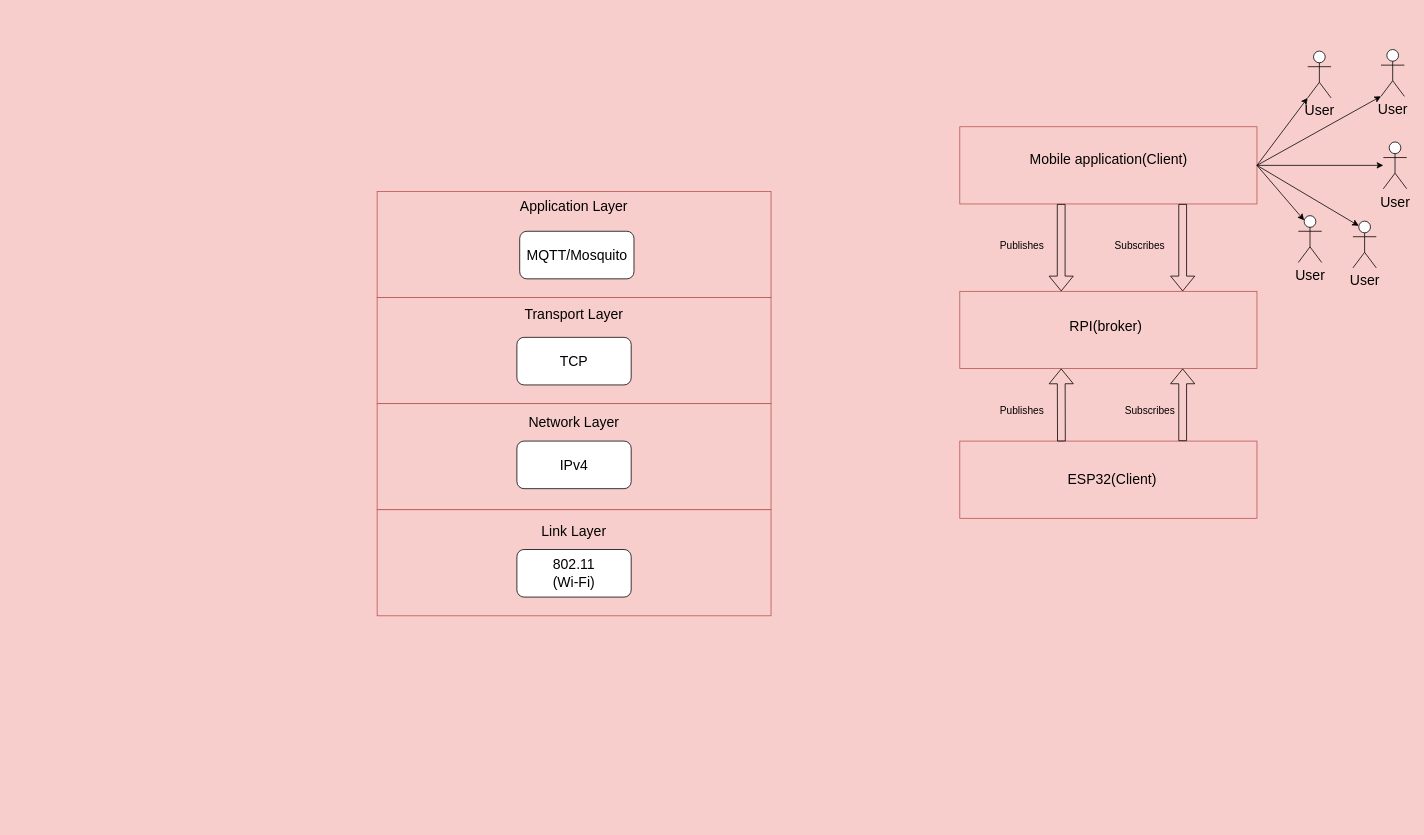
kehlet10/CafeTERIA keeps this draw.io diagram as IOTArchitecture.drawio. Above is the earlier version. Source tidied: cells renumbered, new cells numbered last; positions are measured from the earlier drawing's top-left corner, leaving out a move shared by most shapes. Both pictures are drawn from the tidied source at 78%, with x=0, y=0 at pixel (377, 49).
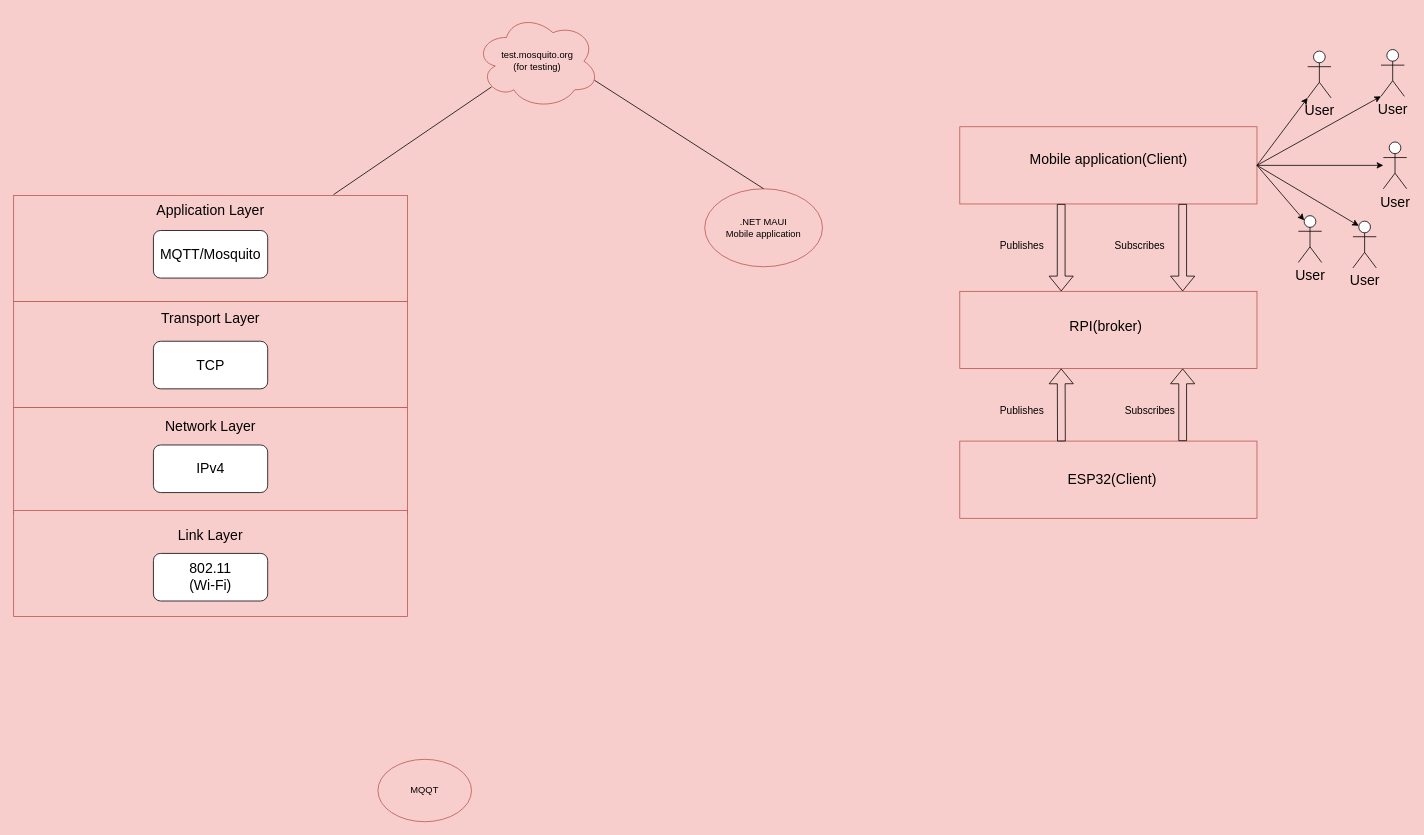
After the change.

Diff of the diagram source:
```diff
@@
     <mxCell id="2" style="rounded=0;whiteSpace=wrap;html=1;fillColor=#f8cecc;strokeColor=#b85450;" parent="1" vertex="1">
-      <mxGeometry y="182" width="505" height="136" as="geometry" />
+      <mxGeometry x="-466" y="187" width="505" height="136" as="geometry" />
     </mxCell>
     <mxCell id="3" value="&lt;font style=&quot;font-size: 18px&quot;&gt;Application Layer&lt;/font&gt;" style="text;html=1;strokeColor=none;fillColor=none;align=center;verticalAlign=middle;whiteSpace=wrap;rounded=0;" parent="1" vertex="1">
-      <mxGeometry x="150" y="187" width="205" height="30" as="geometry" />
+      <mxGeometry x="-316" y="192" width="205" height="30" as="geometry" />
     </mxCell>
     <mxCell id="4" style="rounded=0;whiteSpace=wrap;html=1;fillColor=#f8cecc;strokeColor=#b85450;" parent="1" vertex="1">
-      <mxGeometry y="318" width="505" height="136" as="geometry" />
+      <mxGeometry x="-466" y="323" width="505" height="136" as="geometry" />
     </mxCell>
     <mxCell id="5" value="&lt;font style=&quot;font-size: 18px&quot;&gt;Transport Layer&lt;/font&gt;" style="text;html=1;strokeColor=none;fillColor=none;align=center;verticalAlign=middle;whiteSpace=wrap;rounded=0;" parent="1" vertex="1">
-      <mxGeometry x="150" y="325" width="205" height="30" as="geometry" />
+      <mxGeometry x="-316" y="330" width="205" height="30" as="geometry" />
     </mxCell>
     <mxCell id="6" style="rounded=0;whiteSpace=wrap;html=1;fillColor=#f8cecc;strokeColor=#b85450;" parent="1" vertex="1">
-      <mxGeometry y="454" width="505" height="136" as="geometry" />
+      <mxGeometry x="-466" y="459" width="505" height="136" as="geometry" />
     </mxCell>
     <mxCell id="7" value="&lt;span style=&quot;font-size: 18px&quot;&gt;Network Layer&lt;/span&gt;" style="text;html=1;strokeColor=none;fillColor=none;align=center;verticalAlign=middle;whiteSpace=wrap;rounded=0;" parent="1" vertex="1">
-      <mxGeometry x="150" y="463" width="205" height="30" as="geometry" />
+      <mxGeometry x="-316" y="468" width="205" height="30" as="geometry" />
     </mxCell>
     <mxCell id="8" style="rounded=0;whiteSpace=wrap;html=1;fillColor=#f8cecc;strokeColor=#b85450;" parent="1" vertex="1">
-      <mxGeometry y="590" width="505" height="136" as="geometry" />
+      <mxGeometry x="-466" y="591" width="505" height="136" as="geometry" />
     </mxCell>
     <mxCell id="9" value="&lt;font style=&quot;font-size: 18px&quot;&gt;Link Layer&lt;/font&gt;" style="text;html=1;strokeColor=none;fillColor=none;align=center;verticalAlign=middle;whiteSpace=wrap;rounded=0;" parent="1" vertex="1">
-      <mxGeometry x="150" y="603" width="205" height="30" as="geometry" />
+      <mxGeometry x="-316" y="608" width="205" height="30" as="geometry" />
     </mxCell>
     <mxCell id="10" value="MQTT/Mosquito" style="rounded=1;whiteSpace=wrap;html=1;fontSize=18;fontColor=#000000;" parent="1" vertex="1">
-      <mxGeometry x="182.8" y="233" width="146.5" height="61" as="geometry" />
+      <mxGeometry x="-286.8" y="232" width="146.5" height="61" as="geometry" />
     </mxCell>
     <mxCell id="11" value="802.11&lt;br/&gt;(Wi-Fi)" style="rounded=1;whiteSpace=wrap;html=1;fontSize=18;fontColor=#000000;" parent="1" vertex="1">
-      <mxGeometry x="179.2" y="641" width="146.5" height="61" as="geometry" />
+      <mxGeometry x="-286.8" y="646" width="146.5" height="61" as="geometry" />
     </mxCell>
     <mxCell id="12" value="IPv4" style="rounded=1;whiteSpace=wrap;html=1;fontSize=18;fontColor=#000000;" parent="1" vertex="1">
-      <mxGeometry x="179.2" y="502" width="146.5" height="61" as="geometry" />
+      <mxGeometry x="-286.8" y="507" width="146.5" height="61" as="geometry" />
     </mxCell>
     <mxCell id="13" value="TCP" style="rounded=1;whiteSpace=wrap;html=1;fontSize=18;fontColor=#000000;" parent="1" vertex="1">
-      <mxGeometry x="179.2" y="369" width="146.5" height="61" as="geometry" />
+      <mxGeometry x="-286.8" y="374" width="146.5" height="61" as="geometry" />
     </mxCell>
@@
+    <mxCell id="38" value="MQQT" style="ellipse;whiteSpace=wrap;html=1;fillColor=#f8cecc;strokeColor=#b85450;" parent="1" vertex="1">
+      <mxGeometry x="1" y="910" width="120" height="80" as="geometry" />
+    </mxCell>
+    <mxCell id="39" value="test.mosquito.org&lt;br&gt;(for testing)" style="ellipse;shape=cloud;whiteSpace=wrap;html=1;fillColor=#f8cecc;strokeColor=#b85450;" parent="1" vertex="1">
+      <mxGeometry x="126" y="-46" width="159" height="122" as="geometry" />
+    </mxCell>
+    <mxCell id="40" value=".NET MAUI&lt;br&gt;Mobile application" style="ellipse;whiteSpace=wrap;html=1;fillColor=#f8cecc;strokeColor=#b85450;" parent="1" vertex="1">
+      <mxGeometry x="420" y="178.5" width="151" height="100" as="geometry" />
+    </mxCell>
+    <mxCell id="41" style="endArrow=none;html=1;rounded=0;exitX=0.812;exitY=-0.007;exitDx=0;exitDy=0;exitPerimeter=0;entryX=0.13;entryY=0.77;entryDx=0;entryDy=0;entryPerimeter=0;" parent="1" edge="1" source="2" target="39">
+      <mxGeometry relative="1" as="geometry" />
+    </mxCell>
+    <mxCell id="42" style="endArrow=none;html=1;rounded=0;exitX=0.5;exitY=0;exitDx=0;exitDy=0;entryX=0.96;entryY=0.7;entryDx=0;entryDy=0;entryPerimeter=0;" parent="1" edge="1" source="40" target="39">
+      <mxGeometry relative="1" as="geometry" />
+    </mxCell>
```
